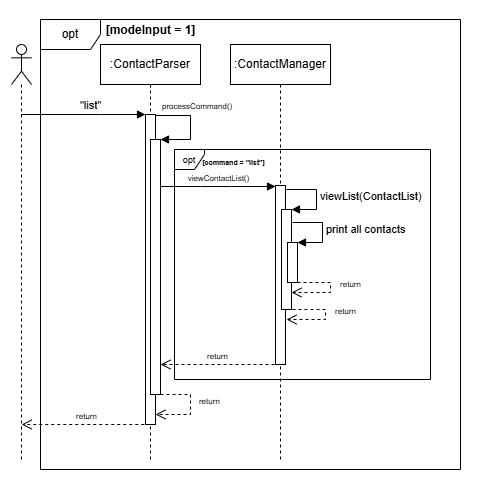
Before: docs/Images(DG)/ViewContact.drawio.png, a diagram exported from draw.io (parasytezz/tp). Source tidied: cells renumbered, new cells last; positions are measured from the earlier drawing's top-left corner, leaving out a move shared by most shapes.
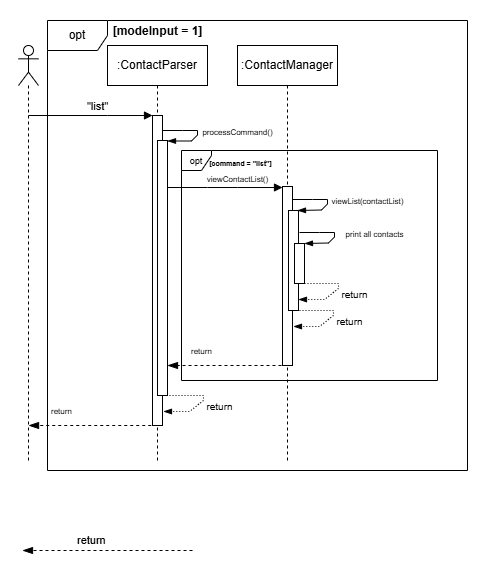
After the commit.

What changed in the source:
```diff
@@ -2,6 +2,9 @@
   <root>
     <mxCell id="0" />
     <mxCell id="1" parent="0" />
+    <mxCell id="24" style="verticalLabelPosition=bottom;verticalAlign=top;html=1;shape=mxgraph.basic.rect;fillColor2=none;strokeWidth=1;size=20;indent=5;opacity=0;" parent="1" vertex="1">
+      <mxGeometry x="-7" y="-0.5" width="480" height="489" as="geometry" />
+    </mxCell>
     <mxCell id="2" value=":ContactParser" style="shape=umlLifeline;perimeter=lifelinePerimeter;whiteSpace=wrap;html=1;newEdgeStyle={&quot;curved&quot;:0,&quot;rounded&quot;:0};" parent="1" vertex="1">
       <mxGeometry x="100" y="44" width="100" height="415" as="geometry" />
     </mxCell>
@@ -27,15 +30,6 @@
     <mxCell id="8" value="[modeInput = 1]" style="text;align=center;fontStyle=1;verticalAlign=middle;spacingLeft=3;spacingRight=3;strokeColor=none;html=1;" parent="1" vertex="1">
       <mxGeometry x="115" y="22" width="70" height="16" as="geometry" />
     </mxCell>
-    <mxCell id="9" value="&lt;font style=&quot;font-size: 8px;&quot;&gt;processCommand()&lt;/font&gt;" style="html=1;align=left;spacingLeft=2;endArrow=block;rounded=0;edgeStyle=orthogonalEdgeStyle;curved=0;rounded=0;" parent="1" edge="1" target="4">
-      <mxGeometry x="-0.94" y="10" relative="1" as="geometry">
-        <mxPoint x="155" y="115" as="sourcePoint" />
-        <Array as="points">
-          <mxPoint x="190" y="115" />
-          <mxPoint x="190" y="139" />
-        </Array>
-      </mxGeometry>
-    </mxCell>
     <mxCell id="10" value=":ContactManager" style="shape=umlLifeline;perimeter=lifelinePerimeter;whiteSpace=wrap;html=1;newEdgeStyle={&quot;curved&quot;:0,&quot;rounded&quot;:0};" parent="1" vertex="1">
       <mxGeometry x="230" y="44" width="100" height="415" as="geometry" />
     </mxCell>
@@ -43,7 +37,7 @@
       <mxGeometry x="45" y="141" width="10" height="179" as="geometry" />
     </mxCell>
     <mxCell id="12" value="&lt;font style=&quot;font-size: 8px;&quot;&gt;viewContactList()&lt;/font&gt;" style="html=1;verticalAlign=bottom;endArrow=block;curved=0;rounded=0;" parent="1" edge="1" source="4" target="11">
-      <mxGeometry relative="1" as="geometry">
+      <mxGeometry x="0.22" relative="1" as="geometry">
         <Array as="points">
           <mxPoint x="200" y="186" />
           <mxPoint x="230" y="186" />
@@ -56,24 +50,14 @@
     <mxCell id="14" value="&lt;font style=&quot;font-size: 7px;&quot;&gt;[command = &quot;list&quot;]&lt;/font&gt;" style="text;align=center;fontStyle=1;verticalAlign=middle;spacingLeft=3;spacingRight=3;strokeColor=none;html=1;" parent="1" vertex="1">
       <mxGeometry x="198" y="153" width="70" height="16" as="geometry" />
     </mxCell>
-    <mxCell id="15" value="&lt;font style=&quot;font-size: 8px;&quot;&gt;return&lt;/font&gt;" style="html=1;verticalAlign=bottom;endArrow=open;dashed=1;endSize=8;curved=0;rounded=0;" parent="1" edge="1">
-      <mxGeometry relative="1" as="geometry">
+    <mxCell id="15" value="&lt;font style=&quot;font-size: 8px;&quot;&gt;return&lt;/font&gt;" style="html=1;verticalAlign=middle;endArrow=blockThin;dashed=1;endSize=8;curved=0;rounded=0;strokeColor=default;align=left;spacingLeft=2;fontFamily=Helvetica;fontSize=11;fontColor=default;labelBackgroundColor=default;endFill=1;" parent="1" edge="1">
+      <mxGeometry x="0.65" y="-15" relative="1" as="geometry">
         <mxPoint x="274" y="364" as="sourcePoint" />
         <mxPoint x="160" y="364" as="targetPoint" />
       </mxGeometry>
     </mxCell>
-    <mxCell id="16" value="&lt;font style=&quot;font-size: 8px;&quot;&gt;return&amp;nbsp;&lt;/font&gt;" style="html=1;verticalAlign=bottom;endArrow=open;dashed=1;endSize=8;curved=0;rounded=0;" parent="1" edge="1">
-      <mxGeometry x="0.06" y="20" relative="1" as="geometry">
-        <mxPoint x="160" y="394" as="sourcePoint" />
-        <mxPoint x="155" y="414" as="targetPoint" />
-        <Array as="points">
-          <mxPoint x="190" y="394" />
-          <mxPoint x="190" y="414" />
-        </Array>
-      </mxGeometry>
-    </mxCell>
-    <mxCell id="17" value="&lt;font style=&quot;font-size: 8px;&quot;&gt;return&lt;/font&gt;" style="html=1;verticalAlign=bottom;endArrow=open;dashed=1;endSize=8;curved=0;rounded=0;" parent="1" edge="1">
-      <mxGeometry relative="1" as="geometry">
+    <mxCell id="17" value="&lt;font style=&quot;font-size: 8px;&quot;&gt;return&lt;/font&gt;" style="html=1;verticalAlign=middle;endArrow=blockThin;dashed=1;endSize=8;curved=0;rounded=0;strokeColor=default;align=left;spacingLeft=2;fontFamily=Helvetica;fontSize=11;fontColor=default;labelBackgroundColor=default;endFill=1;" parent="1" edge="1">
+      <mxGeometry x="0.71" y="-15" relative="1" as="geometry">
         <mxPoint x="149.8" y="424" as="sourcePoint" />
         <mxPoint x="21.1" y="424" as="targetPoint" />
       </mxGeometry>
@@ -81,50 +65,90 @@
     <mxCell id="18" style="html=1;points=[[0,0,0,0,5],[0,1,0,0,-5],[1,0,0,0,5],[1,1,0,0,-5]];perimeter=orthogonalPerimeter;outlineConnect=0;targetShapes=umlLifeline;portConstraint=eastwest;newEdgeStyle={&quot;curved&quot;:0,&quot;rounded&quot;:0};" parent="1" vertex="1">
       <mxGeometry x="281" y="209" width="10" height="100" as="geometry" />
     </mxCell>
-    <mxCell id="19" value="viewList(ContactList)" style="html=1;align=left;spacingLeft=2;endArrow=block;rounded=0;edgeStyle=orthogonalEdgeStyle;curved=0;rounded=0;" parent="1" edge="1" target="18">
-      <mxGeometry relative="1" as="geometry">
-        <mxPoint x="286" y="189" as="sourcePoint" />
-        <Array as="points">
-          <mxPoint x="316" y="189" />
-          <mxPoint x="316" y="209" />
-        </Array>
-      </mxGeometry>
-    </mxCell>
     <mxCell id="20" style="html=1;points=[[0,0,0,0,5],[0,1,0,0,-5],[1,0,0,0,5],[1,1,0,0,-5]];perimeter=orthogonalPerimeter;outlineConnect=0;targetShapes=umlLifeline;portConstraint=eastwest;newEdgeStyle={&quot;curved&quot;:0,&quot;rounded&quot;:0};" parent="1" vertex="1">
       <mxGeometry x="287" y="242" width="10" height="40" as="geometry" />
     </mxCell>
+    <mxCell id="9" value="&lt;font style=&quot;font-size: 8px;&quot;&gt;processCommand()&lt;/font&gt;" style="html=1;verticalAlign=bottom;endArrow=blockThin;curved=0;rounded=0;endFill=1;" parent="1" edge="1" target="4">
+      <mxGeometry x="0.1" y="40" relative="1" as="geometry">
+        <mxPoint x="155" y="129" as="sourcePoint" />
+        <Array as="points">
+          <mxPoint x="175" y="129" />
+          <mxPoint x="190" y="129" />
+          <mxPoint x="190" y="133.5" />
+          <mxPoint x="184" y="139.5" />
+        </Array>
+        <mxPoint x="12" y="-23" as="offset" />
+      </mxGeometry>
+    </mxCell>
+    <mxCell id="25" value="&lt;font style=&quot;font-size: 8px;&quot;&gt;viewList(contactList)&lt;/font&gt;" style="html=1;verticalAlign=bottom;endArrow=blockThin;curved=0;rounded=0;endFill=1;" parent="1" edge="1">
+      <mxGeometry x="0.1" y="40" relative="1" as="geometry">
+        <mxPoint x="285" y="198" as="sourcePoint" />
+        <mxPoint x="290" y="209" as="targetPoint" />
+        <Array as="points">
+          <mxPoint x="305" y="198" />
+          <mxPoint x="320" y="198" />
+          <mxPoint x="320" y="202.5" />
+          <mxPoint x="314" y="208.5" />
+        </Array>
+        <mxPoint x="12" y="-23" as="offset" />
+      </mxGeometry>
+    </mxCell>
-    <mxCell id="21" value="print all contacts" style="html=1;align=left;spacingLeft=2;endArrow=block;rounded=0;edgeStyle=orthogonalEdgeStyle;curved=0;rounded=0;" parent="1" edge="1" target="20">
-      <mxGeometry relative="1" as="geometry">
-        <mxPoint x="292" y="222" as="sourcePoint" />
+    <mxCell id="21" value="&lt;font style=&quot;font-size: 8px;&quot;&gt;print all contacts&lt;/font&gt;" style="html=1;verticalAlign=bottom;endArrow=blockThin;curved=0;rounded=0;endFill=1;" parent="1" edge="1">
+      <mxGeometry x="0.1" y="40" relative="1" as="geometry">
+        <mxPoint x="292" y="231" as="sourcePoint" />
+        <mxPoint x="297" y="242" as="targetPoint" />
         <Array as="points">
-          <mxPoint x="322" y="222" />
-          <mxPoint x="322" y="242" />
+          <mxPoint x="312" y="231" />
+          <mxPoint x="327" y="231" />
+          <mxPoint x="327" y="235.5" />
+          <mxPoint x="321" y="241.5" />
         </Array>
+        <mxPoint x="12" y="-23" as="offset" />
       </mxGeometry>
     </mxCell>
-    <mxCell id="22" value="&lt;font style=&quot;font-size: 8px;&quot;&gt;return&lt;/font&gt;" style="html=1;verticalAlign=bottom;endArrow=open;dashed=1;endSize=8;curved=0;rounded=0;" parent="1" edge="1" source="20">
-      <mxGeometry x="0.05" y="-20" relative="1" as="geometry">
-        <mxPoint x="291" y="292" as="targetPoint" />
-        <Array as="points">
-          <mxPoint x="330" y="282" />
-          <mxPoint x="330" y="292" />
-        </Array>
-        <mxPoint x="20" y="20" as="offset" />
-      </mxGeometry>
-    </mxCell>
-    <mxCell id="23" value="&lt;font style=&quot;font-size: 8px;&quot;&gt;return&lt;/font&gt;" style="html=1;verticalAlign=bottom;endArrow=open;dashed=1;endSize=8;curved=0;rounded=0;" parent="1" edge="1">
-      <mxGeometry x="0.05" y="-20" relative="1" as="geometry">
-        <mxPoint x="292" y="309" as="sourcePoint" />
-        <mxPoint x="286" y="319" as="targetPoint" />
-        <Array as="points">
-          <mxPoint x="325" y="309" />
-          <mxPoint x="325" y="319" />
-        </Array>
-        <mxPoint x="20" y="20" as="offset" />
-      </mxGeometry>
-    </mxCell>
-    <mxCell id="24" style="verticalLabelPosition=bottom;verticalAlign=top;html=1;shape=mxgraph.basic.rect;fillColor2=none;strokeWidth=1;size=20;indent=5;opacity=0;" parent="1" vertex="1">
-      <mxGeometry width="480" height="489" as="geometry" />
-    </mxCell>
+    <mxCell id="26" value="&lt;font style=&quot;font-size: 10px;&quot;&gt;return&lt;/font&gt;" style="html=1;verticalAlign=bottom;endArrow=blockThin;curved=0;rounded=0;exitX=1;exitY=0;exitDx=0;exitDy=5;exitPerimeter=0;endFill=1;dashed=1;dashPattern=1 2;" parent="1" edge="1" target="18">
+      <mxGeometry x="0.01" y="22" relative="1" as="geometry">
+        <mxPoint x="291" y="282" as="sourcePoint" />
+        <Array as="points">
+          <mxPoint x="306" y="282" />
+          <mxPoint x="331" y="282" />
+          <mxPoint x="331" y="287" />
+          <mxPoint x="317" y="298" />
+        </Array>
+        <mxPoint x="2" y="-2" as="offset" />
+      </mxGeometry>
+    </mxCell>
+    <mxCell id="27" value="&lt;font style=&quot;font-size: 10px;&quot;&gt;return&lt;/font&gt;" style="html=1;verticalAlign=bottom;endArrow=blockThin;curved=0;rounded=0;exitX=1;exitY=0;exitDx=0;exitDy=5;exitPerimeter=0;endFill=1;dashed=1;dashPattern=1 2;" parent="1" edge="1">
+      <mxGeometry x="0.01" y="22" relative="1" as="geometry">
+        <mxPoint x="286" y="309" as="sourcePoint" />
+        <mxPoint x="286" y="325" as="targetPoint" />
+        <Array as="points">
+          <mxPoint x="301" y="309" />
+          <mxPoint x="326" y="309" />
+          <mxPoint x="326" y="314" />
+          <mxPoint x="312" y="325" />
+        </Array>
+        <mxPoint x="2" y="-2" as="offset" />
+      </mxGeometry>
+    </mxCell>
+    <mxCell id="28" value="return" style="html=1;verticalAlign=middle;endArrow=blockThin;dashed=1;endSize=8;curved=0;rounded=0;strokeColor=default;align=left;spacingLeft=2;fontFamily=Helvetica;fontSize=11;fontColor=default;labelBackgroundColor=default;endFill=1;" parent="1" edge="1">
+      <mxGeometry x="0.4" y="-10" relative="1" as="geometry">
+        <mxPoint x="185" y="549" as="sourcePoint" />
+        <mxPoint x="15" y="549" as="targetPoint" />
+      </mxGeometry>
+    </mxCell>
+    <mxCell id="29" value="&lt;font style=&quot;font-size: 10px;&quot;&gt;return&lt;/font&gt;" style="html=1;verticalAlign=bottom;endArrow=blockThin;curved=0;rounded=0;exitX=1;exitY=0;exitDx=0;exitDy=5;exitPerimeter=0;endFill=1;dashed=1;dashPattern=1 2;" parent="1" edge="1">
+      <mxGeometry x="0.01" y="22" relative="1" as="geometry">
+        <mxPoint x="156" y="394" as="sourcePoint" />
+        <mxPoint x="156" y="410" as="targetPoint" />
+        <Array as="points">
+          <mxPoint x="171" y="394" />
+          <mxPoint x="196" y="394" />
+          <mxPoint x="196" y="399" />
+          <mxPoint x="182" y="410" />
+        </Array>
+        <mxPoint x="2" y="-2" as="offset" />
+      </mxGeometry>
+    </mxCell>
   </root>
 </mxGraphModel>
```
